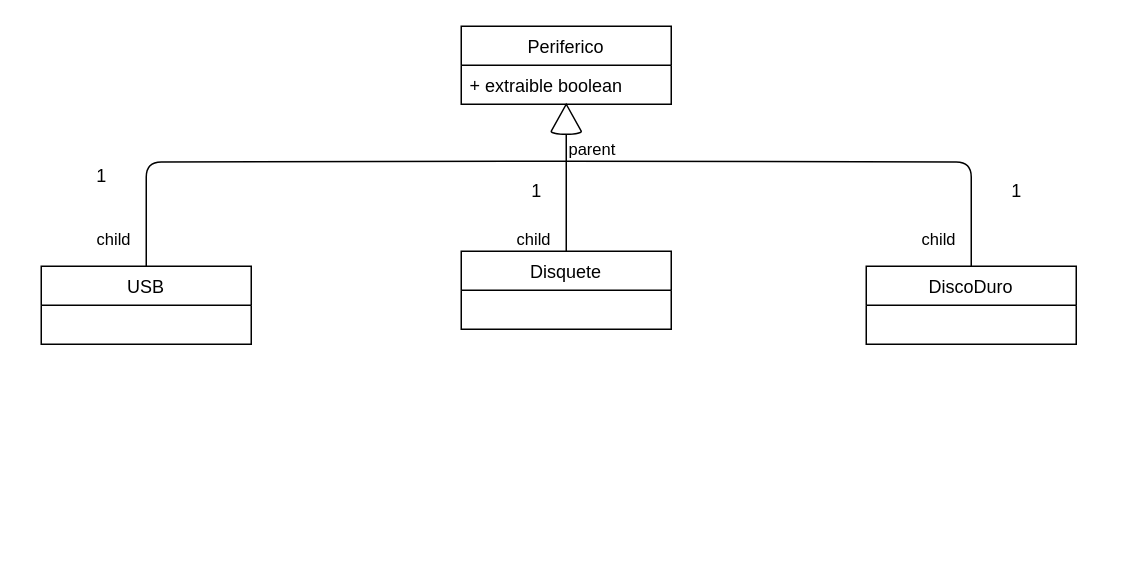
This is uml/periferico.drawio from javierpb275/lenguaje-marcas, a draw.io file, before an edit. Source tidied: cells renumbered, new cells numbered last; positions are measured from the earlier drawing's top-left corner, leaving out a move shared by most shapes. Both pictures are drawn from the tidied source at 150%, with x=0, y=0 at pixel (40, 26).
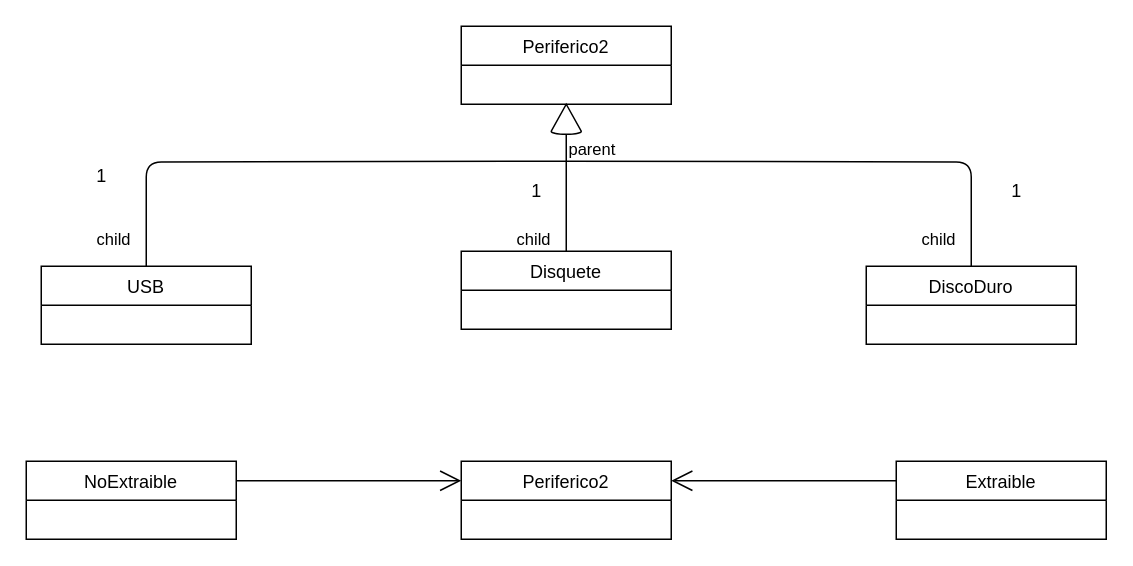
The same page after the edit.

What changed in the source:
```diff
@@
-    <mxCell id="2" value="Periferico" style="swimlane;fontStyle=0;horizontal=1;startSize=26;fillColor=none;" parent="1" vertex="1">
+    <mxCell id="2" value="Periferico2" style="swimlane;fontStyle=0;horizontal=1;startSize=26;fillColor=none;" parent="1" vertex="1">
       <mxGeometry x="280" width="140" height="52" as="geometry" />
     </mxCell>
-    <mxCell id="3" value="+ extraible boolean" style="text;strokeColor=none;fillColor=none;align=left;verticalAlign=top;spacingLeft=4;spacingRight=4;overflow=hidden;" parent="2" vertex="1">
-      <mxGeometry y="26" width="140" height="26" as="geometry" />
-    </mxCell>
@@
+    <mxCell id="19" value="Periferico2" style="swimlane;fontStyle=0;horizontal=1;startSize=26;fillColor=none;" parent="1" vertex="1">
+      <mxGeometry x="280" y="290" width="140" height="52" as="geometry" />
+    </mxCell>
+    <mxCell id="20" value="NoExtraible" style="swimlane;fontStyle=0;horizontal=1;startSize=26;fillColor=none;" parent="1" vertex="1">
+      <mxGeometry x="-10" y="290" width="140" height="52" as="geometry" />
+    </mxCell>
+    <mxCell id="21" value="Extraible" style="swimlane;fontStyle=0;horizontal=1;startSize=26;fillColor=none;" parent="1" vertex="1">
+      <mxGeometry x="570" y="290" width="140" height="52" as="geometry" />
+    </mxCell>
+    <mxCell id="22" style="endArrow=open;endFill=1;endSize=12;html=1;exitX=1;exitY=0.25;exitDx=0;exitDy=0;entryX=0;entryY=0.25;entryDx=0;entryDy=0;" parent="1" edge="1" source="20" target="19">
+      <mxGeometry relative="1" as="geometry" />
+    </mxCell>
+    <mxCell id="23" style="endArrow=open;endFill=1;endSize=12;html=1;exitX=0;exitY=0.25;exitDx=0;exitDy=0;entryX=1;entryY=0.25;entryDx=0;entryDy=0;" parent="1" edge="1" source="21" target="19">
+      <mxGeometry relative="1" as="geometry" />
+    </mxCell>
```
